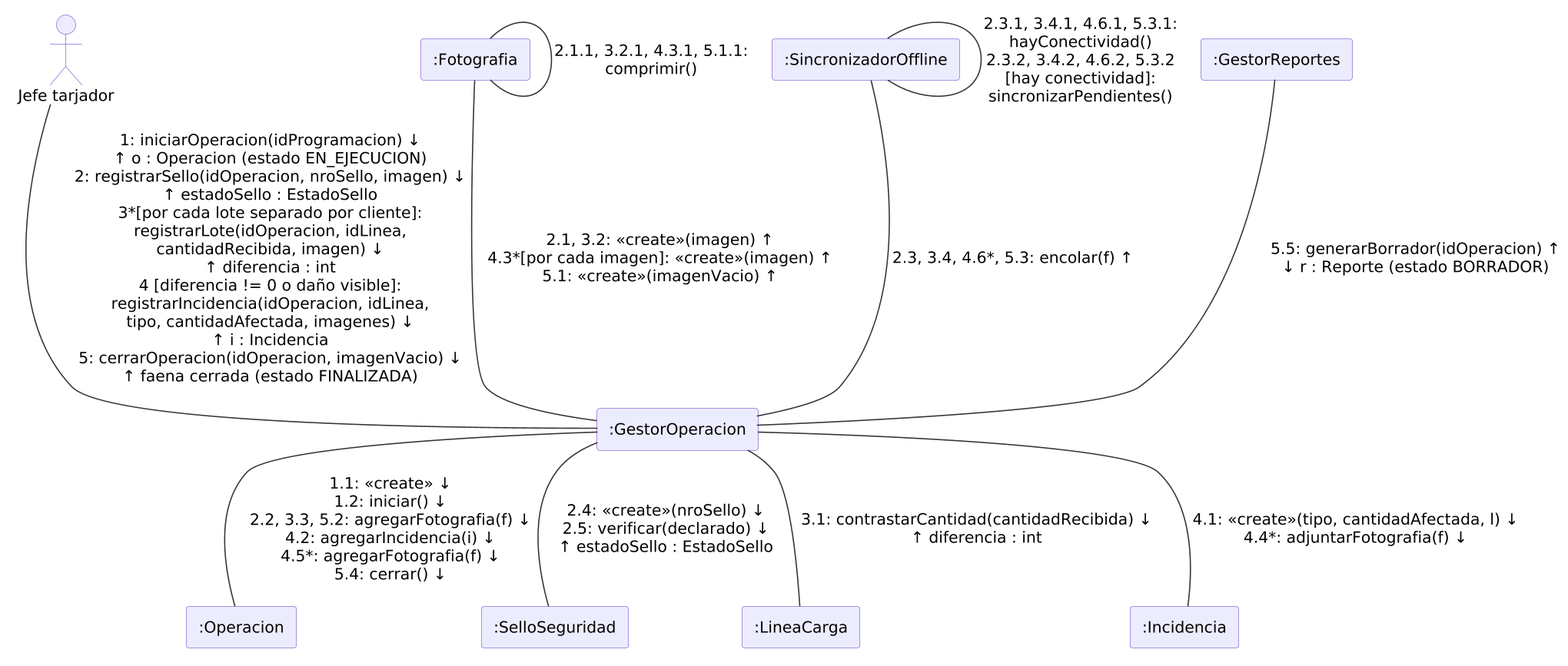
The PlantUML diagram Figuras/diagramas/19-col-registrar-datos-operacion.png in RenatoEspina/Latex-proyecto, before a commit.
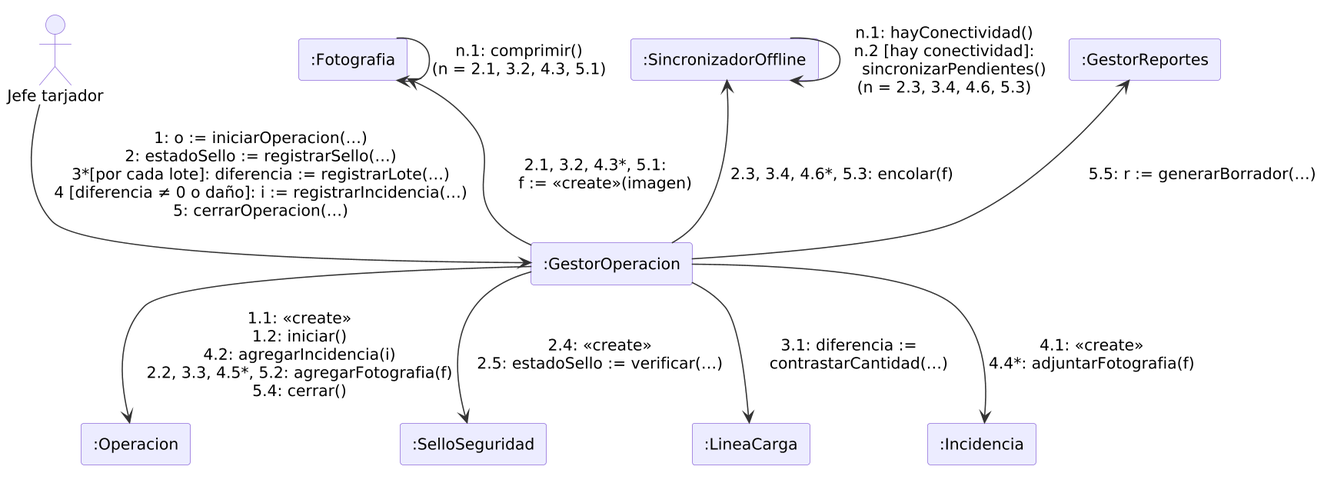
After the commit.

What changed in the source:
```diff
@@ -11,14 +11,14 @@
 rectangle ":SincronizadorOffline" as SO
 rectangle ":GestorReportes" as GR
 
-JT -- GO : "1: iniciarOperacion(idProgramacion) ↓\n↑ o : Operacion (estado EN_EJECUCION)\n2: registrarSello(idOperacion, nroSello, imagen) ↓\n↑ estadoSello : EstadoSello\n3*[por cada lote separado por cliente]:\nregistrarLote(idOperacion, idLinea,\ncantidadRecibida, imagen) ↓\n↑ diferencia : int\n4 [diferencia != 0 o daño visible]:\nregistrarIncidencia(idOperacion, idLinea,\ntipo, cantidadAfectada, imagenes) ↓\n↑ i : Incidencia\n5: cerrarOperacion(idOperacion, imagenVacio) ↓\n↑ faena cerrada (estado FINALIZADA)"
-GO -- O : "1.1: <<create>> ↓\n1.2: iniciar() ↓\n2.2, 3.3, 5.2: agregarFotografia(f) ↓\n4.2: agregarIncidencia(i) ↓\n4.5*: agregarFotografia(f) ↓\n5.4: cerrar() ↓"
-GO -- S : "2.4: <<create>>(nroSello) ↓\n2.5: verificar(declarado) ↓\n↑ estadoSello : EstadoSello"
-GO -- L : "3.1: contrastarCantidad(cantidadRecibida) ↓\n↑ diferencia : int"
-GO -- I : "4.1: <<create>>(tipo, cantidadAfectada, l) ↓\n4.4*: adjuntarFotografia(f) ↓"
-GO -up- F : "2.1, 3.2: <<create>>(imagen) ↑\n4.3*[por cada imagen]: <<create>>(imagen) ↑\n5.1: <<create>>(imagenVacio) ↑"
-F -- F : "2.1.1, 3.2.1, 4.3.1, 5.1.1:\ncomprimir()"
-GO -up- SO : "2.3, 3.4, 4.6*, 5.3: encolar(f) ↑"
-SO -- SO : "2.3.1, 3.4.1, 4.6.1, 5.3.1:\nhayConectividad()\n2.3.2, 3.4.2, 4.6.2, 5.3.2\n[hay conectividad]:\nsincronizarPendientes()"
-GO -up- GR : "5.5: generarBorrador(idOperacion) ↑\n↓ r : Reporte (estado BORRADOR)"
+JT --> GO : "1: o := iniciarOperacion(…)\n2: estadoSello := registrarSello(…)\n3*[por cada lote]: diferencia := registrarLote(…)\n4 [diferencia ≠ 0 o daño]: i := registrarIncidencia(…)\n5: cerrarOperacion(…)"
+GO --> O : "1.1: <<create>>\n1.2: iniciar()\n4.2: agregarIncidencia(i)\n2.2, 3.3, 4.5*, 5.2: agregarFotografia(f)\n5.4: cerrar()"
+GO --> S : "2.4: <<create>>\n2.5: estadoSello := verificar(…)"
+GO --> L : "3.1: diferencia :=\n    contrastarCantidad(…)"
+GO --> I : "4.1: <<create>>\n4.4*: adjuntarFotografia(f)"
+GO -up-> F : "2.1, 3.2, 4.3*, 5.1:\n    f := <<create>>(imagen)"
+F --> F : "n.1: comprimir()\n(n = 2.1, 3.2, 4.3, 5.1)"
+GO -up-> SO : "2.3, 3.4, 4.6*, 5.3: encolar(f)"
+SO --> SO : "n.1: hayConectividad()\nn.2 [hay conectividad]:\n    sincronizarPendientes()\n(n = 2.3, 3.4, 4.6, 5.3)"
+GO -up-> GR : "5.5: r := generarBorrador(…)"
 @enduml
```
